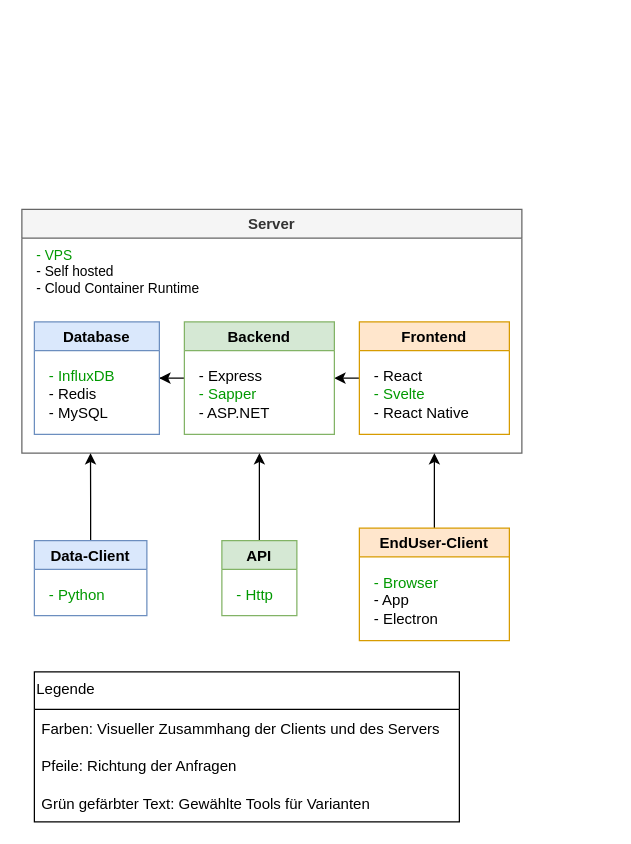
This is docs/architecture.drawio from marcelheim/jo-co2, a draw.io file, before an edit. Source tidied: cells renumbered, new cells numbered last; positions are measured from the earlier drawing's top-left corner, leaving out a move shared by most shapes. Both pictures are drawn from the tidied source at 125%, with x=0, y=0 at pixel (21, 209).
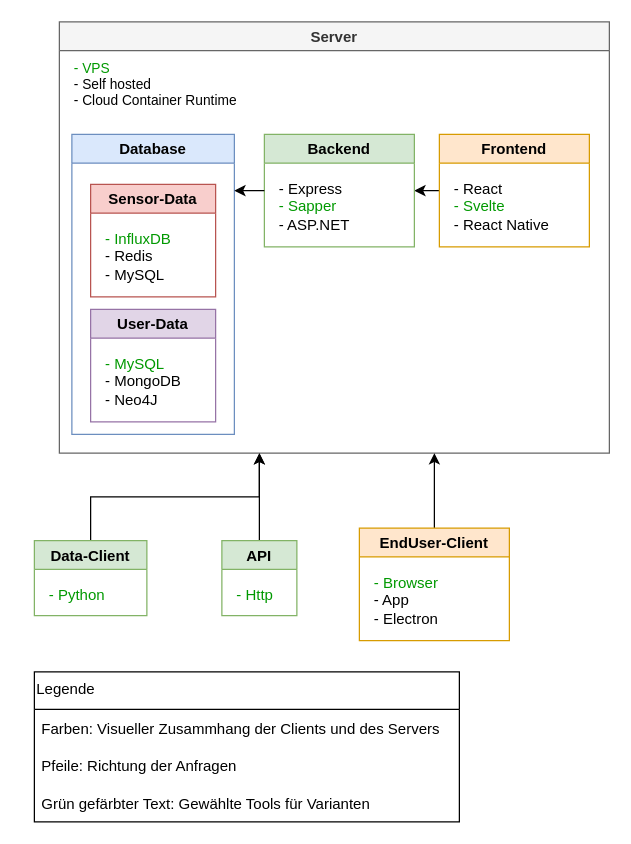
Above is the later version.

Change to the diagram source:
```diff
@@
     <mxCell id="2" value="Server" style="swimlane;fillColor=#f5f5f5;strokeColor=#666666;fontColor=#333333;" parent="1" vertex="1">
-      <mxGeometry width="400" height="195" as="geometry" />
+      <mxGeometry x="30" y="-150" width="440" height="345" as="geometry" />
     </mxCell>
@@
     <mxCell id="4" value="Frontend" style="swimlane;fillColor=#ffe6cc;strokeColor=#d79b00;" parent="2" vertex="1">
-      <mxGeometry x="270" y="90" width="120" height="90" as="geometry" />
+      <mxGeometry x="304" y="90" width="120" height="90" as="geometry" />
     </mxCell>
@@
-    <mxCell id="6" style="edgeStyle=orthogonalEdgeStyle;rounded=0;jettySize=auto;html=1;entryX=1;entryY=0.5;entryDx=0;entryDy=0;" parent="2" edge="1" source="7" target="9">
-      <mxGeometry relative="1" as="geometry" />
-    </mxCell>
     <mxCell id="7" value="Backend" style="swimlane;fillColor=#d5e8d4;strokeColor=#82b366;" parent="2" vertex="1">
-      <mxGeometry x="130" y="90" width="120" height="90" as="geometry" />
+      <mxGeometry x="164" y="90" width="120" height="90" as="geometry" />
     </mxCell>
@@
+    <mxCell id="11" value="&lt;font color=&quot;#009900&quot;&gt;- VPS&amp;nbsp;&lt;br&gt;&lt;/font&gt;- Self hosted&lt;br&gt;- Cloud Container Runtime" style="text;html=1;align=left;verticalAlign=middle;strokeColor=none;fillColor=none;fontSize=11;" parent="2" vertex="1">
+      <mxGeometry x="10" y="30" width="150" height="40" as="geometry" />
+    </mxCell>
     <mxCell id="9" value="Database" style="swimlane;fillColor=#dae8fc;strokeColor=#6c8ebf;" parent="2" vertex="1">
-      <mxGeometry x="10" y="90" width="100" height="90" as="geometry" />
+      <mxGeometry x="10" y="90" width="130" height="240" as="geometry" />
     </mxCell>
+    <mxCell id="25" value="Sensor-Data" style="swimlane;fillColor=#f8cecc;strokeColor=#b85450;" parent="9" vertex="1">
+      <mxGeometry x="15" y="40" width="100" height="90" as="geometry" />
+    </mxCell>
-    <mxCell id="10" value="&lt;font color=&quot;#009900&quot;&gt;- InfluxDB&lt;br&gt;&lt;/font&gt;- Redis&lt;br&gt;- MySQL" style="text;html=1;strokeColor=none;fillColor=none;align=left;verticalAlign=top;whiteSpace=wrap;rounded=0;" parent="9" vertex="1">
+    <mxCell id="10" value="&lt;font color=&quot;#009900&quot;&gt;- InfluxDB&lt;br&gt;&lt;/font&gt;- Redis&lt;br&gt;- MySQL" style="text;html=1;strokeColor=none;fillColor=none;align=left;verticalAlign=top;whiteSpace=wrap;rounded=0;" parent="25" vertex="1">
       <mxGeometry x="10" y="30" width="80" height="50" as="geometry" />
     </mxCell>
-    <mxCell id="11" value="&lt;font color=&quot;#009900&quot;&gt;- VPS&amp;nbsp;&lt;br&gt;&lt;/font&gt;- Self hosted&lt;br&gt;- Cloud Container Runtime" style="text;html=1;align=left;verticalAlign=middle;strokeColor=none;fillColor=none;fontSize=11;" parent="2" vertex="1">
-      <mxGeometry x="10" y="30" width="150" height="40" as="geometry" />
-    </mxCell>
+    <mxCell id="26" value="User-Data" style="swimlane;fillColor=#e1d5e7;strokeColor=#9673a6;" parent="9" vertex="1">
+      <mxGeometry x="15" y="140" width="100" height="90" as="geometry" />
+    </mxCell>
+    <mxCell id="27" value="&lt;font color=&quot;#009900&quot;&gt;- MySQL&lt;br&gt;&lt;/font&gt;- MongoDB&lt;br&gt;- Neo4J" style="text;html=1;strokeColor=none;fillColor=none;align=left;verticalAlign=middle;whiteSpace=wrap;rounded=0;" parent="26" vertex="1">
+      <mxGeometry x="10" y="35" width="80" height="45" as="geometry" />
+    </mxCell>
     <mxCell id="12" style="edgeStyle=orthogonalEdgeStyle;rounded=0;jettySize=auto;html=1;exitX=0.5;exitY=0;exitDx=0;exitDy=0;" parent="1" edge="1" source="13">
       <mxGeometry relative="1" as="geometry">
-        <mxPoint x="54.9" y="195" as="targetPoint" />
+        <mxPoint x="190" y="195" as="targetPoint" />
+        <Array as="points">
+          <mxPoint x="55" y="230" />
+          <mxPoint x="190" y="230" />
+          <mxPoint x="190" y="195" />
+        </Array>
       </mxGeometry>
     </mxCell>
-    <mxCell id="13" value="Data-Client" style="swimlane;fillColor=#dae8fc;strokeColor=#6c8ebf;" parent="1" vertex="1">
+    <mxCell id="13" value="Data-Client" style="swimlane;fillColor=#d5e8d4;strokeColor=#82b366;" parent="1" vertex="1">
       <mxGeometry x="10" y="265" width="90" height="60" as="geometry" />
     </mxCell>
@@
+    <mxCell id="28" style="edgeStyle=orthogonalEdgeStyle;rounded=0;jettySize=auto;html=1;exitX=0;exitY=0.5;exitDx=0;exitDy=0;" parent="1" edge="1" source="7">
+      <mxGeometry relative="1" as="geometry">
+        <mxPoint x="170" y="-15.3" as="targetPoint" />
+      </mxGeometry>
+    </mxCell>
```
